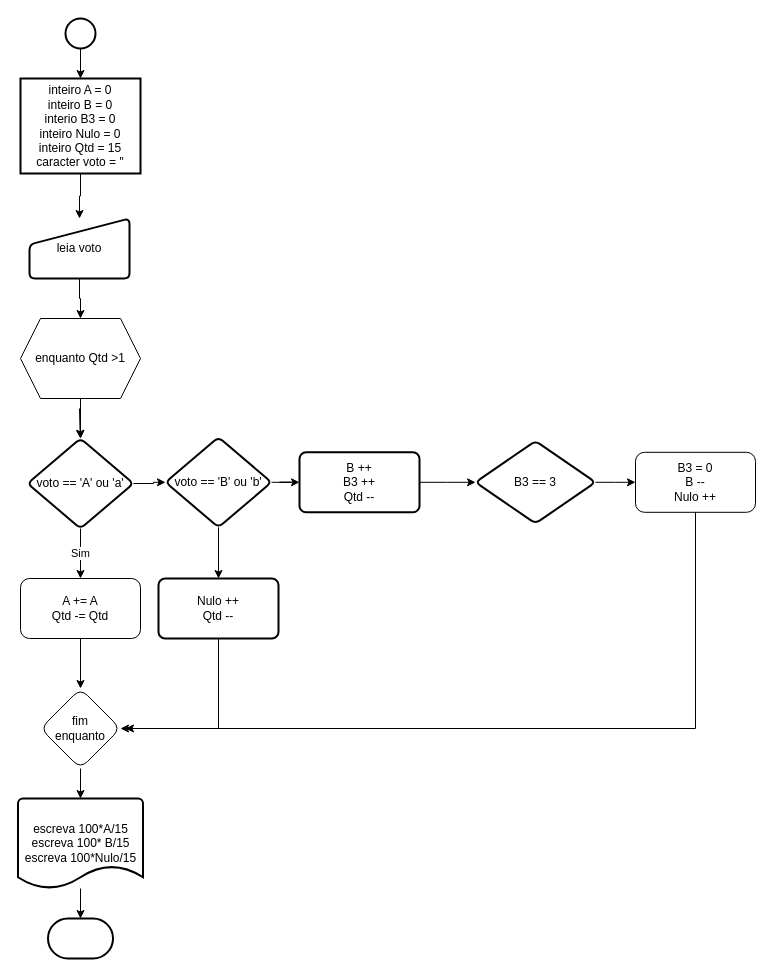
The draw.io diagram Ex.2.drawio in rafaelengineer/Curso_Logica_Acc, before the edit. Source tidied: cells renumbered, new cells numbered last; positions are measured from the earlier drawing's top-left corner, leaving out a move shared by most shapes. Both pictures are drawn from the tidied source at 100%, with x=0, y=0 at pixel (17, 18).
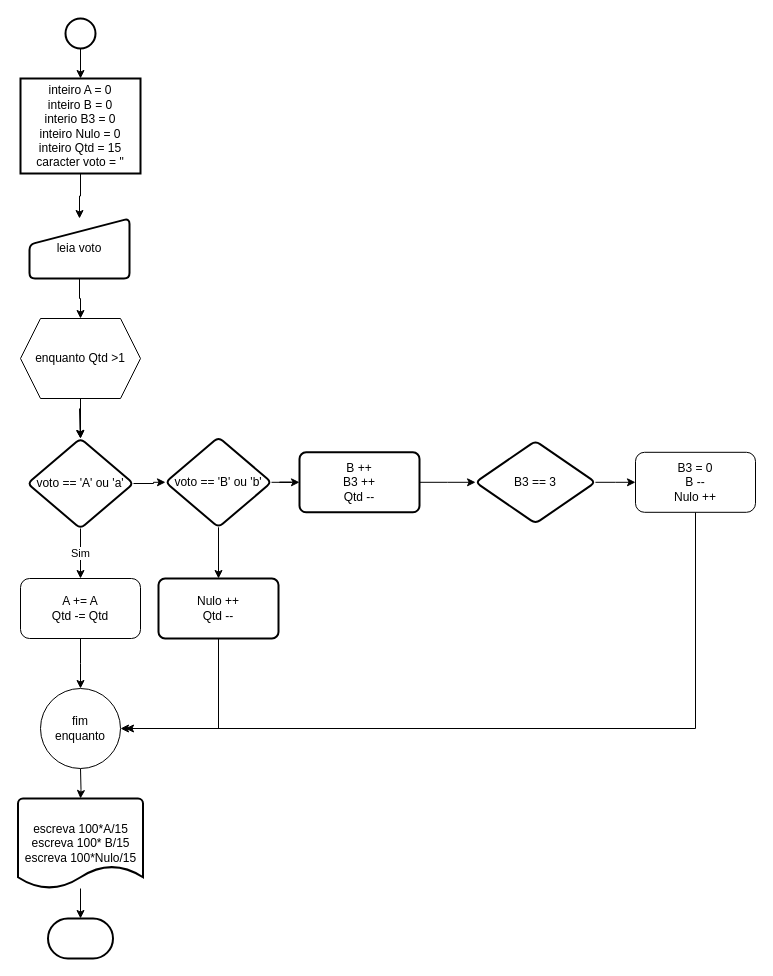
The same page after the edit.

Unchanged cells that the change refers to:
```xml
<mxCell id="5" value="escreva 100*A/15&lt;br&gt;escreva 100* B/15&lt;br&gt;escreva 100*Nulo/15" style="strokeWidth=2;html=1;shape=mxgraph.flowchart.document2;whiteSpace=wrap;size=0.25;" parent="1" vertex="1">
  <mxGeometry x="0.5" y="780" width="125" height="90" as="geometry" />
</mxCell>
<mxCell id="19" value="A += A&lt;br&gt;Qtd -= Qtd" style="rounded=1;whiteSpace=wrap;html=1;" parent="1" vertex="1">
  <mxGeometry x="3" y="560" width="120" height="60" as="geometry" />
</mxCell>
<mxCell id="22" value="B3 = 0&lt;br&gt;B --&lt;br&gt;Nulo ++" style="rounded=1;whiteSpace=wrap;html=1;" parent="1" vertex="1">
  <mxGeometry x="618" y="433.8" width="120" height="60" as="geometry" />
</mxCell>
```

The edit, as a diff of the source:
```diff
@@
-    <mxCell id="18" style="edgeStyle=orthogonalEdgeStyle;rounded=0;jettySize=auto;html=1;exitX=0.5;exitY=1;exitDx=0;exitDy=0;" parent="1" edge="1" source="19" target="31">
-      <mxGeometry relative="1" as="geometry" />
+    <mxCell id="18" style="edgeStyle=orthogonalEdgeStyle;rounded=0;jettySize=auto;html=1;exitX=0.5;exitY=1;exitDx=0;exitDy=0;" parent="1" edge="1" source="19">
+      <mxGeometry relative="1" as="geometry">
+        <mxPoint x="63" y="670" as="targetPoint" />
+      </mxGeometry>
     </mxCell>
@@
-    <mxCell id="21" style="edgeStyle=orthogonalEdgeStyle;rounded=0;jettySize=auto;html=1;" parent="1" edge="1" source="22" target="31">
+    <mxCell id="21" style="edgeStyle=orthogonalEdgeStyle;rounded=0;jettySize=auto;html=1;" parent="1" edge="1" source="22">
       <mxGeometry relative="1" as="geometry">
+        <mxPoint x="103" y="710" as="targetPoint" />
         <Array as="points">
           <mxPoint x="678" y="710" />
         </Array>
       </mxGeometry>
     </mxCell>
@@
-    <mxCell id="30" style="edgeStyle=orthogonalEdgeStyle;rounded=0;jettySize=auto;html=1;" parent="1" edge="1" source="31" target="5">
-      <mxGeometry relative="1" as="geometry" />
+    <mxCell id="30" style="edgeStyle=orthogonalEdgeStyle;rounded=0;jettySize=auto;html=1;" parent="1" edge="1" target="5">
+      <mxGeometry relative="1" as="geometry">
+        <mxPoint x="63" y="750" as="sourcePoint" />
+      </mxGeometry>
     </mxCell>
-    <mxCell id="31" value="fim &lt;br&gt;enquanto" style="rhombus;whiteSpace=wrap;html=1;rounded=1;" parent="1" vertex="1">
+    <mxCell id="31" value="fim &lt;br&gt;enquanto" style="ellipse;whiteSpace=wrap;html=1;" parent="1" vertex="1">
       <mxGeometry x="23" y="670" width="80" height="80" as="geometry" />
     </mxCell>
```
